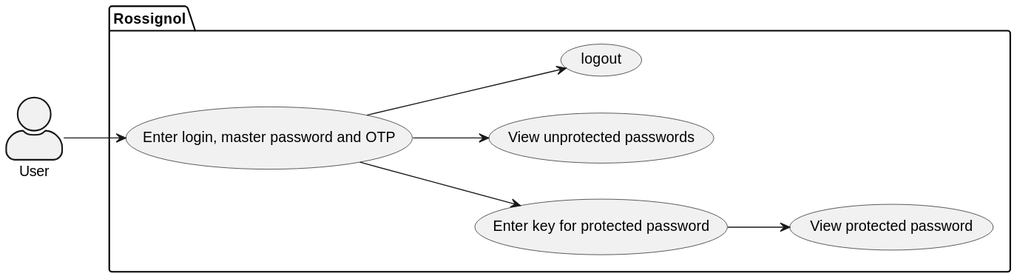
Above: Documentation/conception/use case diagram/use case.svg in EllLG1211/Rossignol (PlantUML), before the change. Its diagram source:
```plantuml
@startuml
left to right direction
skinparam actorStyle awesome
actor User as user

package Rossignol{
  usecase "Enter login, master password and OTP" as UC1
  usecase "Enter key for protected password" as UC2
  usecase "View unprotected passwords" as UC3
  usecase "View protected password" as UC4
  usecase "logout" as UCX
}
user --> UC1
UC1 --> UC2
UC1 --> UC3
UC2 --> UC4
UC1 --> UCX
@enduml
```
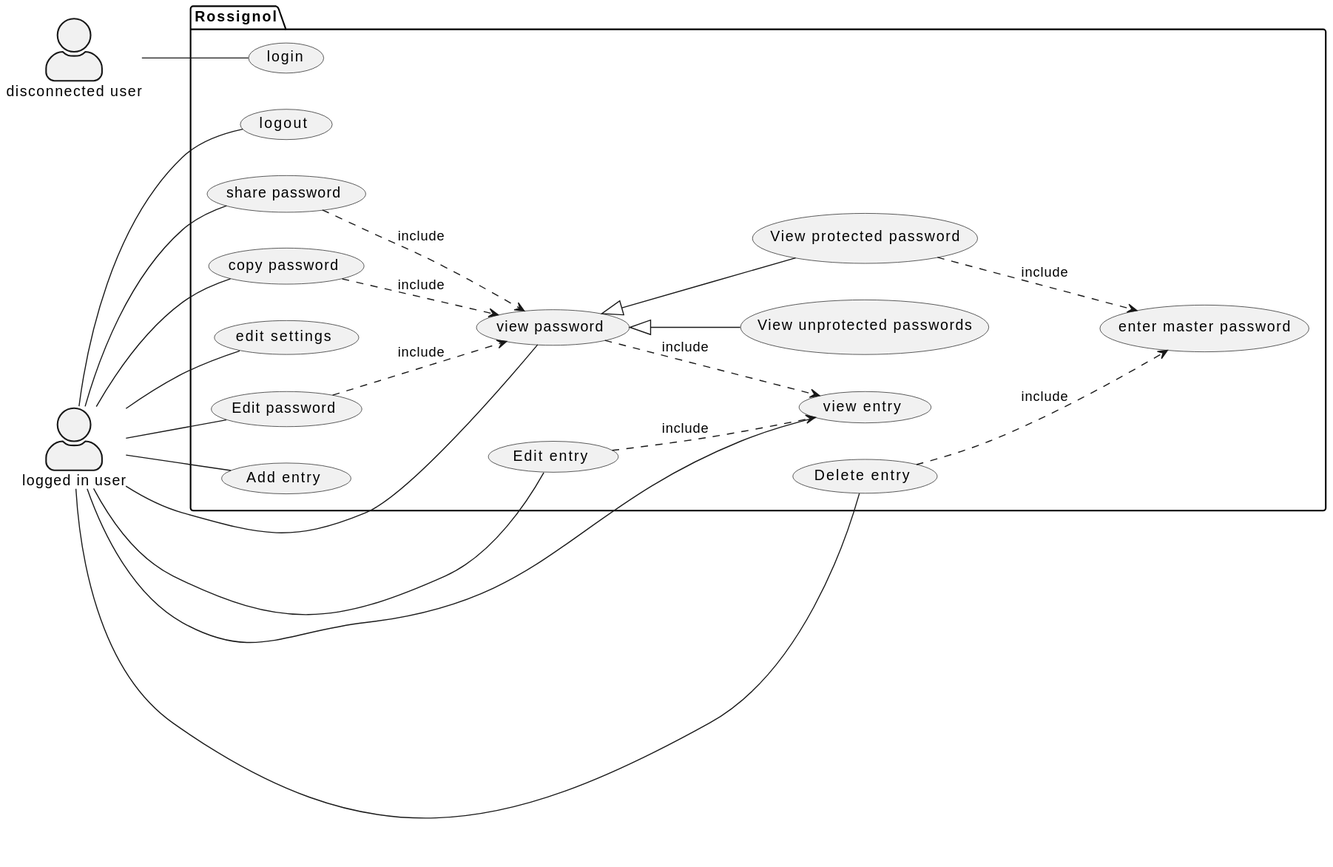
Above is the later version.

Commit message:
edited use case diagram

Change to the diagram source:
```diff
@@ -1,18 +1,43 @@
 @startuml
 left to right direction
 skinparam actorStyle awesome
-actor User as user
+actor "disconnected user" as duser
+actor "logged in user" as luser
 
 package Rossignol{
-  usecase "Enter login, master password and OTP" as UC1
-  usecase "Enter key for protected password" as UC2
+  usecase "login" as UC1
+  usecase "view password" as UC0
+  usecase "view entry" as UCVE
   usecase "View unprotected passwords" as UC3
   usecase "View protected password" as UC4
+  usecase "Edit password" as UCE
+  usecase "Delete entry" as UCD
+  usecase "Edit entry" as UCP
+  usecase "Add entry" as UCAE
   usecase "logout" as UCX
+  usecase "share password" as USS
+  usecase "copy password" as USCP
+  usecase "edit settings" as UPE
+  usecase "enter master password" as MPE
 }
-user --> UC1
-UC1 --> UC2
-UC1 --> UC3
-UC2 --> UC4
-UC1 --> UCX
+duser -- UC1
+luser -- UCX
+luser -- UC0
+UC0 <|-- UC3
+UC0 <|-- UC4
+luser -- UCD
+luser -- UCE
+luser -- UCP
+luser -- USS
+luser -- UCAE
+luser -- USCP
+luser -- UCVE
+UC0 ..> UCVE : include
+UCP ..> UCVE : include
+UCE ..> UC0 : include
+USCP ..> UC0 : include
+USS ..> UC0 : include
+luser -- UPE
+UC4 ..> MPE : include
+UCD ..> MPE : include
 @enduml
```
